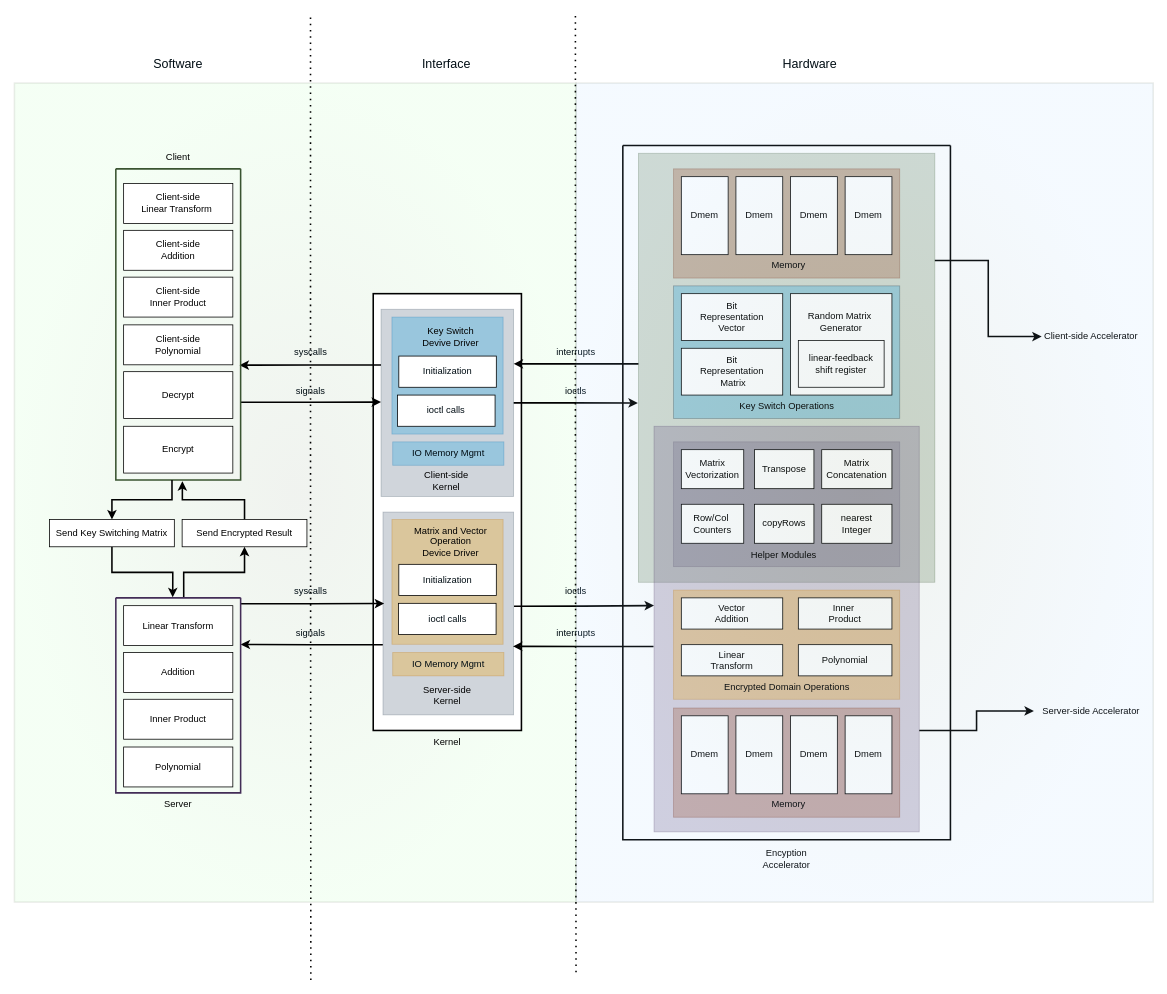
Above: Design_Overview.drawio in helloworld1921/Fully_Homomorphic_Encryption_Accelerator (draw.io), before the change. Source tidied: cells renumbered, new cells numbered last; positions are measured from the earlier drawing's top-left corner, leaving out a move shared by most shapes. Both pictures are drawn from the tidied source at 78%, with x=0, y=0 at pixel (14, 14).
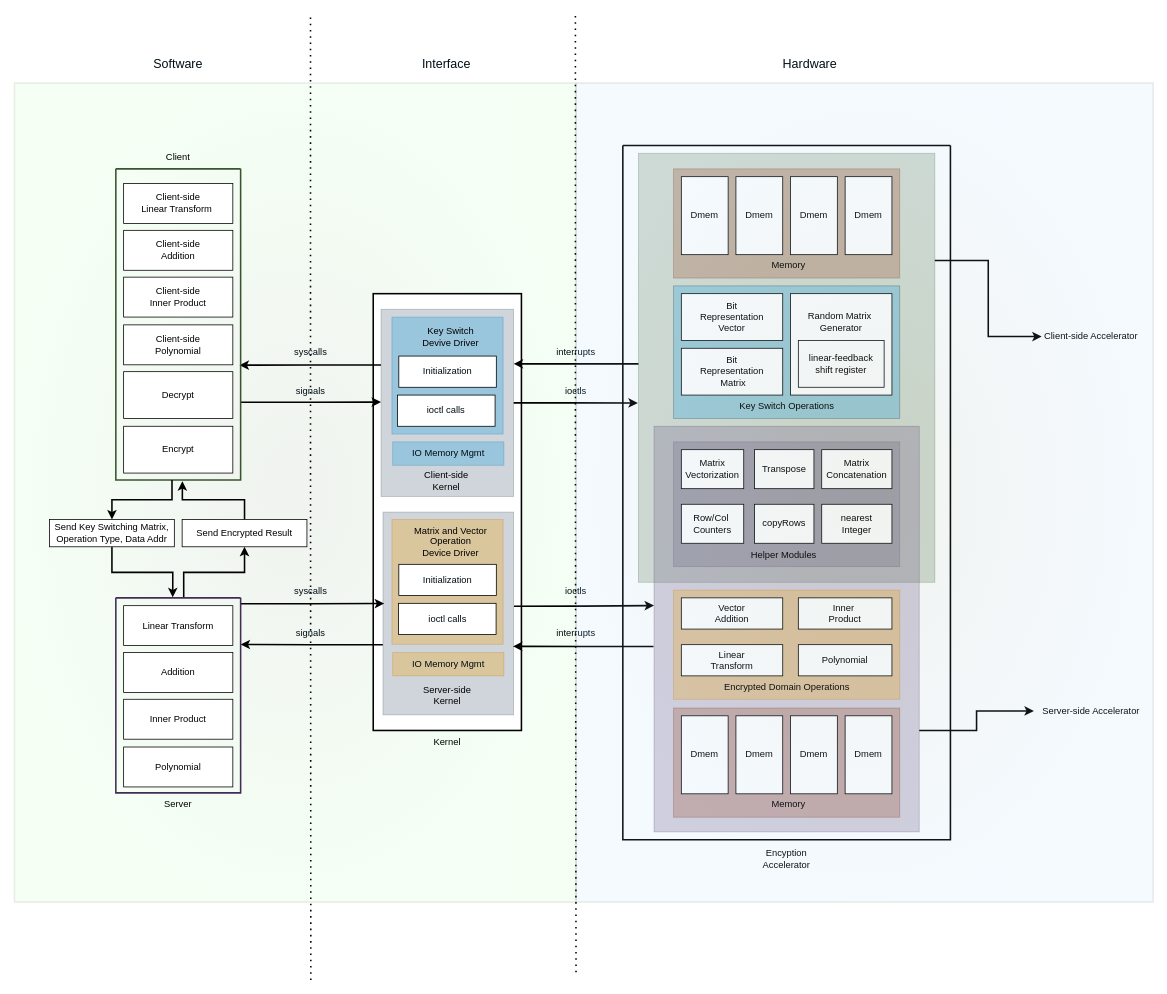
Above is the later version.

What changed in the source:
```diff
@@
-    <mxCell id="74" value="&lt;span&gt;Send Key Switching Matrix&lt;/span&gt;" style="rounded=0;whiteSpace=wrap;html=1;strokeWidth=1;" parent="1" vertex="1">
+    <mxCell id="74" value="&lt;span&gt;Send Key Switching Matrix,&lt;br&gt;Operation Type, Data Addr&lt;br&gt;&lt;/span&gt;" style="rounded=0;whiteSpace=wrap;html=1;strokeWidth=1;" parent="1" vertex="1">
       <mxGeometry x="45" y="647.5" width="160" height="35" as="geometry" />
     </mxCell>
```
